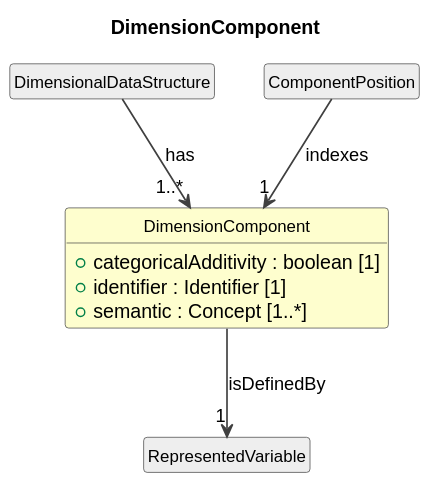
The PlantUML diagram cdif-uml-model/_plantuml/cdifDataStructure/Classes/DimensionComponent.svg in Cross-Domain-Interoperability-Framework/metadataBuildingBlocks, before a commit.
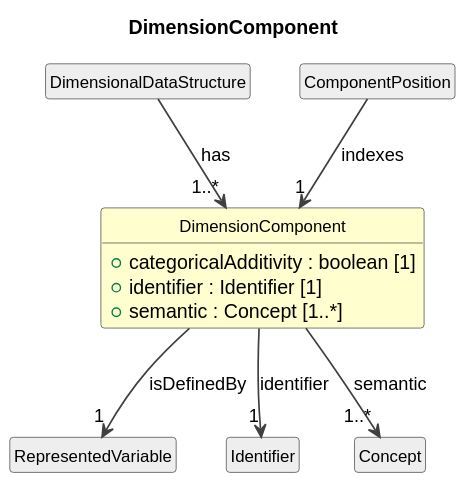
After the commit.

Change to the diagram source:
```diff
@@ -21,4 +21,8 @@
 DimensionComponent --> "1" RepresentedVariable : isDefinedBy
 class "ComponentPosition" as ComponentPosition #EEEEEE
 ComponentPosition --> "1" DimensionComponent : indexes
+class "Identifier" as Identifier #EEEEEE
+DimensionComponent --> "1" Identifier : identifier
+class "Concept" as Concept #EEEEEE
+DimensionComponent --> "1..*" Concept : semantic
 @enduml
```
